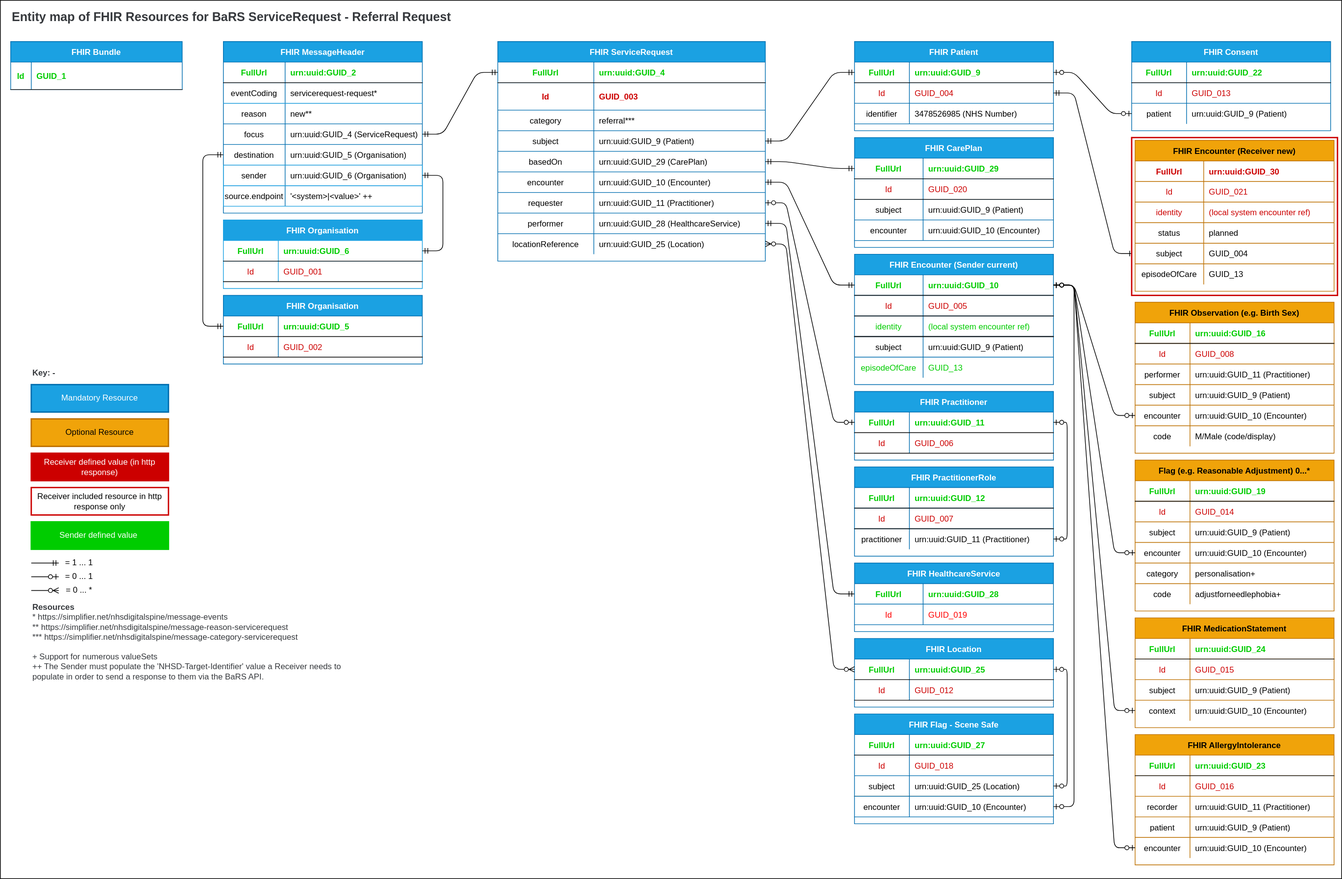
Above: src/images/EntityMaps/EntityMap9sToCASReferralRequest-1.0.0.svg in NHSDigital/booking-and-referral-media (draw.io), before the change. Source tidied: cells renumbered, new cells last; positions are measured from the earlier drawing's top-left corner, leaving out a move shared by most shapes.
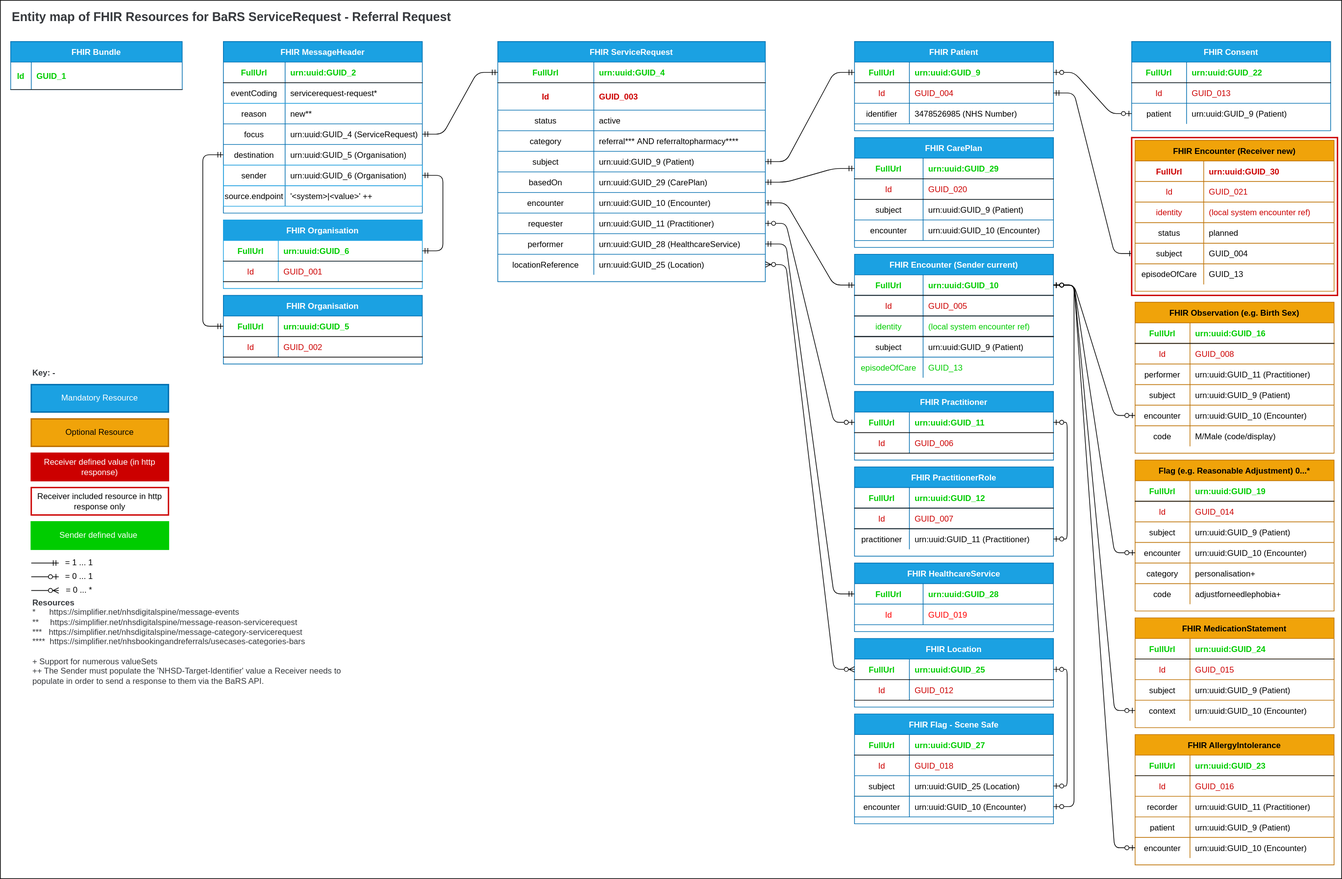
The same diagram one commit later.

Commit message:
9sToCASReferral ERDs Updated

9sToCASReferral ERDs Updated
missing use-case category and added status

What changed in the source:
```diff
@@ -126,7 +126,7 @@
       <mxGeometry x="80" width="210" height="30" as="geometry" />
     </mxCell>
     <mxCell id="43" value="FHIR ServiceRequest" style="shape=table;startSize=30;rowLines=1;fontStyle=1;align=center;fillColor=#1ba1e2;strokeColor=#006EAF;fontColor=#ffffff;" parent="1" vertex="1">
-      <mxGeometry x="725" y="60" width="390" height="320" as="geometry" />
+      <mxGeometry x="725" y="60" width="390" height="350" as="geometry" />
     </mxCell>
     <mxCell id="44" style="shape=partialRectangle;fillColor=none;points=[[0,0.5],[1,0.5]];portConstraint=eastwest;top=0;left=0;right=0;bottom=1;" parent="43" vertex="1">
       <mxGeometry y="30" width="390" height="30" as="geometry" />
@@ -146,17 +146,26 @@
     <mxCell id="49" value="GUID_003" style="shape=partialRectangle;overflow=hidden;fillColor=none;top=0;left=0;bottom=0;right=0;align=left;spacingLeft=6;fontColor=#CC0000;fontStyle=1;" parent="47" vertex="1">
       <mxGeometry x="140" width="250" height="40" as="geometry" />
     </mxCell>
+    <mxCell id="287" style="shape=partialRectangle;fillColor=none;top=0;left=0;right=0;bottom=0;perimeterSpacing=1;" parent="43" vertex="1">
+      <mxGeometry y="100" width="390" height="30" as="geometry" />
+    </mxCell>
+    <mxCell id="288" value="status" style="shape=partialRectangle;overflow=hidden;fillColor=none;top=0;left=0;bottom=0;right=0;" parent="287" vertex="1">
+      <mxGeometry width="140" height="30" as="geometry" />
+    </mxCell>
+    <mxCell id="289" value="active" style="shape=partialRectangle;overflow=hidden;fillColor=none;top=0;left=0;bottom=0;right=0;align=left;spacingLeft=6;" parent="287" vertex="1">
+      <mxGeometry x="140" width="250" height="30" as="geometry" />
+    </mxCell>
     <mxCell id="50" style="shape=partialRectangle;fillColor=none;top=0;left=0;right=0;bottom=0;perimeterSpacing=1;" parent="43" vertex="1">
-      <mxGeometry y="100" width="390" height="30" as="geometry" />
+      <mxGeometry y="130" width="390" height="30" as="geometry" />
     </mxCell>
     <mxCell id="51" value="category" style="shape=partialRectangle;overflow=hidden;fillColor=none;top=0;left=0;bottom=0;right=0;" parent="50" vertex="1">
       <mxGeometry width="140" height="30" as="geometry" />
     </mxCell>
-    <mxCell id="52" value="referral***" style="shape=partialRectangle;overflow=hidden;fillColor=none;top=0;left=0;bottom=0;right=0;align=left;spacingLeft=6;" parent="50" vertex="1">
+    <mxCell id="52" value="referral*** AND referraltopharmacy****" style="shape=partialRectangle;overflow=hidden;fillColor=none;top=0;left=0;bottom=0;right=0;align=left;spacingLeft=6;" parent="50" vertex="1">
       <mxGeometry x="140" width="250" height="30" as="geometry" />
     </mxCell>
     <mxCell id="53" style="shape=partialRectangle;fillColor=none;points=[[0,0.5],[1,0.5]];portConstraint=eastwest;top=0;left=0;right=0;bottom=0;" parent="43" vertex="1">
-      <mxGeometry y="130" width="390" height="30" as="geometry" />
+      <mxGeometry y="160" width="390" height="30" as="geometry" />
     </mxCell>
     <mxCell id="54" value="subject" style="shape=partialRectangle;overflow=hidden;fillColor=none;top=0;left=0;bottom=0;right=0;" parent="53" vertex="1">
       <mxGeometry width="140" height="30" as="geometry" />
@@ -165,7 +174,7 @@
       <mxGeometry x="140" width="250" height="30" as="geometry" />
     </mxCell>
     <mxCell id="56" style="shape=partialRectangle;fillColor=none;points=[[0,0.5],[1,0.5]];portConstraint=eastwest;top=0;left=0;right=0;bottom=0;" parent="43" vertex="1">
-      <mxGeometry y="160" width="390" height="30" as="geometry" />
+      <mxGeometry y="190" width="390" height="30" as="geometry" />
     </mxCell>
     <mxCell id="57" value="basedOn" style="shape=partialRectangle;overflow=hidden;fillColor=none;top=0;left=0;bottom=0;right=0;" parent="56" vertex="1">
       <mxGeometry width="140" height="30" as="geometry" />
@@ -174,7 +183,7 @@
       <mxGeometry x="140" width="250" height="30" as="geometry" />
     </mxCell>
     <mxCell id="59" style="shape=partialRectangle;fillColor=none;points=[[0,0.5],[1,0.5]];portConstraint=eastwest;top=0;left=0;right=0;bottom=0;" parent="43" vertex="1">
-      <mxGeometry y="190" width="390" height="30" as="geometry" />
+      <mxGeometry y="220" width="390" height="30" as="geometry" />
     </mxCell>
     <mxCell id="60" value="encounter" style="shape=partialRectangle;overflow=hidden;fillColor=none;top=0;left=0;bottom=0;right=0;" parent="59" vertex="1">
       <mxGeometry width="140" height="30" as="geometry" />
@@ -183,7 +192,7 @@
       <mxGeometry x="140" width="250" height="30" as="geometry" />
     </mxCell>
     <mxCell id="62" style="shape=partialRectangle;fillColor=none;points=[[0,0.5],[1,0.5]];portConstraint=eastwest;top=0;left=0;right=0;bottom=0;" parent="43" vertex="1">
-      <mxGeometry y="220" width="390" height="30" as="geometry" />
+      <mxGeometry y="250" width="390" height="30" as="geometry" />
     </mxCell>
     <mxCell id="63" value="requester" style="shape=partialRectangle;overflow=hidden;fillColor=none;top=0;left=0;bottom=0;right=0;" parent="62" vertex="1">
       <mxGeometry width="140" height="30" as="geometry" />
@@ -192,7 +201,7 @@
       <mxGeometry x="140" width="250" height="30" as="geometry" />
     </mxCell>
     <mxCell id="65" style="shape=partialRectangle;fillColor=none;points=[[0,0.5],[1,0.5]];portConstraint=eastwest;top=0;left=0;right=0;bottom=0;" parent="43" vertex="1">
-      <mxGeometry y="250" width="390" height="30" as="geometry" />
+      <mxGeometry y="280" width="390" height="30" as="geometry" />
     </mxCell>
     <mxCell id="66" value="performer" style="shape=partialRectangle;overflow=hidden;fillColor=none;top=0;left=0;bottom=0;right=0;" parent="65" vertex="1">
       <mxGeometry width="140" height="30" as="geometry" />
@@ -201,7 +210,7 @@
       <mxGeometry x="140" width="250" height="30" as="geometry" />
     </mxCell>
     <mxCell id="68" style="shape=partialRectangle;fillColor=none;points=[[0,0.5],[1,0.5]];portConstraint=eastwest;top=0;left=0;right=0;bottom=0;" parent="43" vertex="1">
-      <mxGeometry y="280" width="390" height="30" as="geometry" />
+      <mxGeometry y="310" width="390" height="30" as="geometry" />
     </mxCell>
     <mxCell id="69" value="locationReference" style="shape=partialRectangle;overflow=hidden;fillColor=none;top=0;left=0;bottom=0;right=0;" parent="68" vertex="1">
       <mxGeometry width="140" height="30" as="geometry" />
@@ -653,7 +662,7 @@
     <mxCell id="215" value="Optional Resource" style="rounded=0;whiteSpace=wrap;html=1;fontColor=#000000;strokeColor=#BD7000;strokeWidth=2;fillColor=#f0a30a;" parent="1" vertex="1">
       <mxGeometry x="45" y="610" width="200" height="40" as="geometry" />
     </mxCell>
-    <mxCell id="216" value="&lt;font color=&quot;#36393d&quot;&gt;&lt;b&gt;Resources&lt;br&gt;&lt;/b&gt;&lt;div&gt;*&lt;span&gt;&#9;&lt;/span&gt;https://simplifier.net/nhsdigitalspine/message-events&lt;/div&gt;&lt;div&gt;**&lt;span&gt;&#9;&lt;/span&gt;https://simplifier.net/nhsdigitalspine/message-reason-servicerequest&lt;/div&gt;&lt;div&gt;***&lt;span&gt;&#9;&lt;/span&gt;https://simplifier.net/nhsdigitalspine/message-category-servicerequest&lt;/div&gt;&lt;div&gt;&lt;br&gt;&lt;/div&gt;+ Support for numerous valueSets&lt;br&gt;&lt;span style=&quot;font-size: 12px&quot;&gt;++ The Sender must populate the 'NHSD-Target-Identifier' value a Receiver needs to populate in order to send a response to them via the BaRS API.&lt;/span&gt;&lt;br&gt;&lt;/font&gt;" style="text;html=1;strokeColor=none;fillColor=none;align=left;verticalAlign=middle;whiteSpace=wrap;rounded=0;fontColor=#FFFFFF;" parent="1" vertex="1">
+    <mxCell id="216" value="&lt;font color=&quot;#36393d&quot;&gt;&lt;b&gt;Resources&lt;br&gt;&lt;/b&gt;&lt;div&gt;*&lt;span&gt;&lt;span style=&quot;white-space: pre;&quot;&gt;&amp;nbsp;&amp;nbsp;&amp;nbsp;  &amp;nbsp;&lt;/span&gt;&lt;/span&gt;https://simplifier.net/nhsdigitalspine/message-events&lt;/div&gt;&lt;div&gt;**&lt;span&gt;&lt;span style=&quot;white-space: pre;&quot;&gt;&amp;nbsp;&amp;nbsp;&amp;nbsp; &amp;nbsp;h&lt;/span&gt;&lt;/span&gt;ttps://simplifier.net/nhsdigitalspine/message-reason-servicerequest&lt;/div&gt;&lt;div&gt;***&lt;span&gt;&lt;span style=&quot;white-space: pre;&quot;&gt;&amp;nbsp;&amp;nbsp;&amp;nbsp;&lt;/span&gt;&lt;/span&gt;https://simplifier.net/nhsdigitalspine/message-category-servicerequest&lt;/div&gt;&lt;div&gt;****&amp;nbsp; https://simplifier.net/nhsbookingandreferrals/usecases-categories-bars&lt;/div&gt;&lt;div&gt;&lt;br&gt;&lt;/div&gt;+ Support for numerous valueSets&lt;br&gt;&lt;span style=&quot;font-size: 12px&quot;&gt;++ The Sender must populate the 'NHSD-Target-Identifier' value a Receiver needs to populate in order to send a response to them via the BaRS API.&lt;/span&gt;&lt;br&gt;&lt;/font&gt;" style="text;html=1;strokeColor=none;fillColor=none;align=left;verticalAlign=middle;whiteSpace=wrap;rounded=0;fontColor=#FFFFFF;" parent="1" vertex="1">
       <mxGeometry x="45" y="900" width="500" height="70" as="geometry" />
     </mxCell>
     <mxCell id="217" value="Text" style="text;html=1;strokeColor=none;fillColor=none;align=center;verticalAlign=middle;whiteSpace=wrap;rounded=0;fontColor=#FFFFFF;" parent="1" vertex="1">
```
